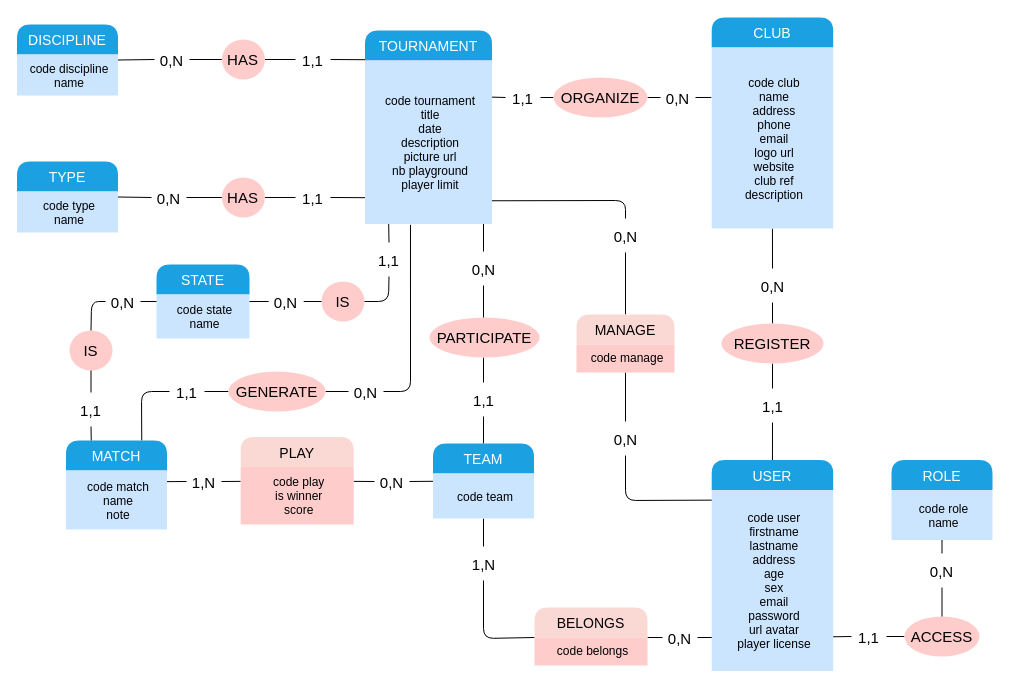
Above: docs/MCD/MCD-V2.drawio in Thevenin-Jonathan/Tournament (draw.io), before the change. Source tidied: cells renumbered, new cells numbered last; positions are measured from the earlier drawing's top-left corner, leaving out a move shared by most shapes. Both pictures are drawn from the tidied source at 100%, with x=0, y=0 at pixel (17, 17).
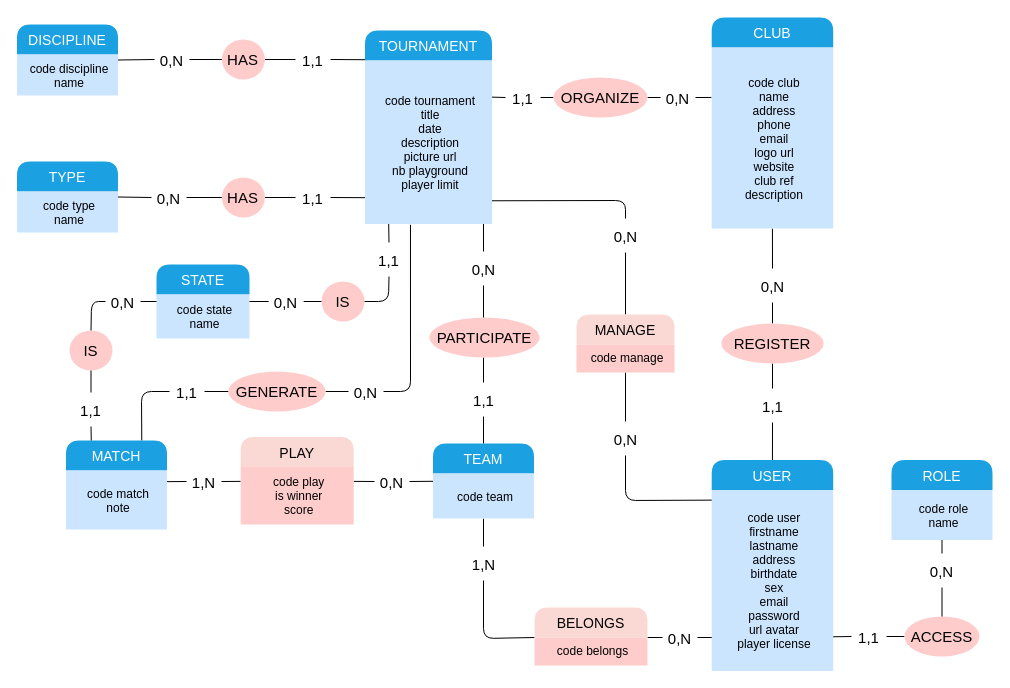
Above is the later version.

Commit message (it also covers changes not shown here):
doc: upd MCD v2.5

Unchanged cells that the change refers to:
```xml
<mxCell id="59" value="MATCH" style="swimlane;horizontal=1;startSize=30;rounded=1;fontSize=14;fontStyle=0;strokeWidth=2;shadow=0;dashed=0;align=center;fillColor=#1ba1e2;fontColor=#ffffff;strokeColor=none;swimlaneLine=0;" parent="1" vertex="1">
  <mxGeometry x="48.5" y="423" width="101" height="89" as="geometry" />
</mxCell>
<mxCell id="69" value="USER" style="swimlane;horizontal=1;startSize=30;rounded=1;fontSize=14;fontStyle=0;strokeWidth=2;shadow=0;dashed=0;align=center;fillColor=#1ba1e2;fontColor=#ffffff;strokeColor=none;swimlaneLine=0;" parent="1" vertex="1">
  <mxGeometry x="694.2" y="442.5" width="121.5" height="211" as="geometry" />
</mxCell>
```

The edit, as a diff of the source:
```diff
@@
-    <mxCell id="60" value="code match&#10;name&#10;note" style="align=center;strokeColor=none;fillColor=#cce5ff;spacingLeft=4;fontSize=12;verticalAlign=middle;fontColor=#000000;" parent="59" vertex="1">
+    <mxCell id="60" value="code match&#10;note" style="align=center;strokeColor=none;fillColor=#cce5ff;spacingLeft=4;fontSize=12;verticalAlign=middle;fontColor=#000000;" parent="59" vertex="1">
       <mxGeometry y="30" width="101" height="59" as="geometry" />
     </mxCell>
@@
-    <mxCell id="70" value="code user&#10;firstname&#10;lastname&#10;address&#10;age&#10;sex&#10;email&#10;password&#10;url avatar&#10;player license" style="align=center;strokeColor=none;fillColor=#cce5ff;spacingLeft=4;fontSize=12;verticalAlign=middle;fontColor=#000000;" parent="69" vertex="1">
+    <mxCell id="70" value="code user&#10;firstname&#10;lastname&#10;address&#10;birthdate&#10;sex&#10;email&#10;password&#10;url avatar&#10;player license" style="align=center;strokeColor=none;fillColor=#cce5ff;spacingLeft=4;fontSize=12;verticalAlign=middle;fontColor=#000000;" parent="69" vertex="1">
       <mxGeometry y="30" width="121.5" height="181" as="geometry" />
     </mxCell>
```
